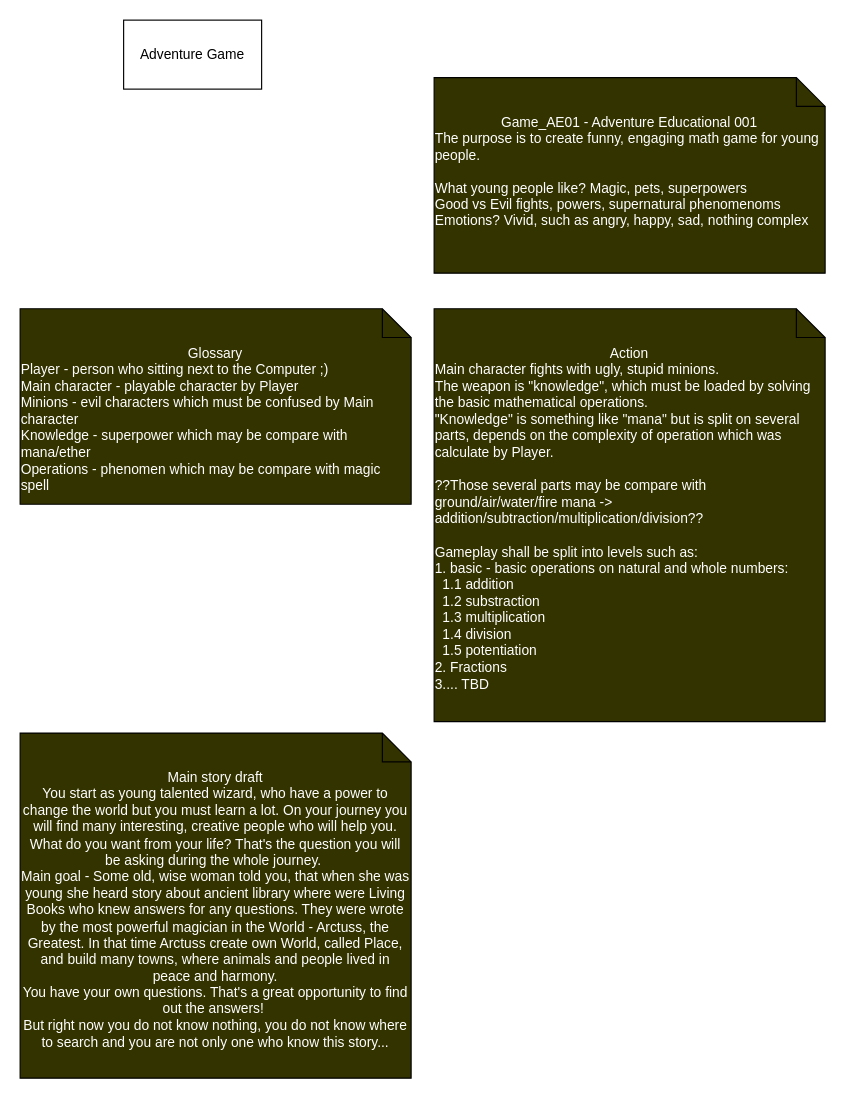
This is adventure_educational_game_001.drawio from Dexmo-7/ProjectM01, a draw.io file, before an edit. Source tidied: cells renumbered, new cells numbered last; positions are measured from the earlier drawing's top-left corner, leaving out a move shared by most shapes. Both pictures are drawn from the tidied source at 115%, with x=0, y=0 at pixel (20, 20).
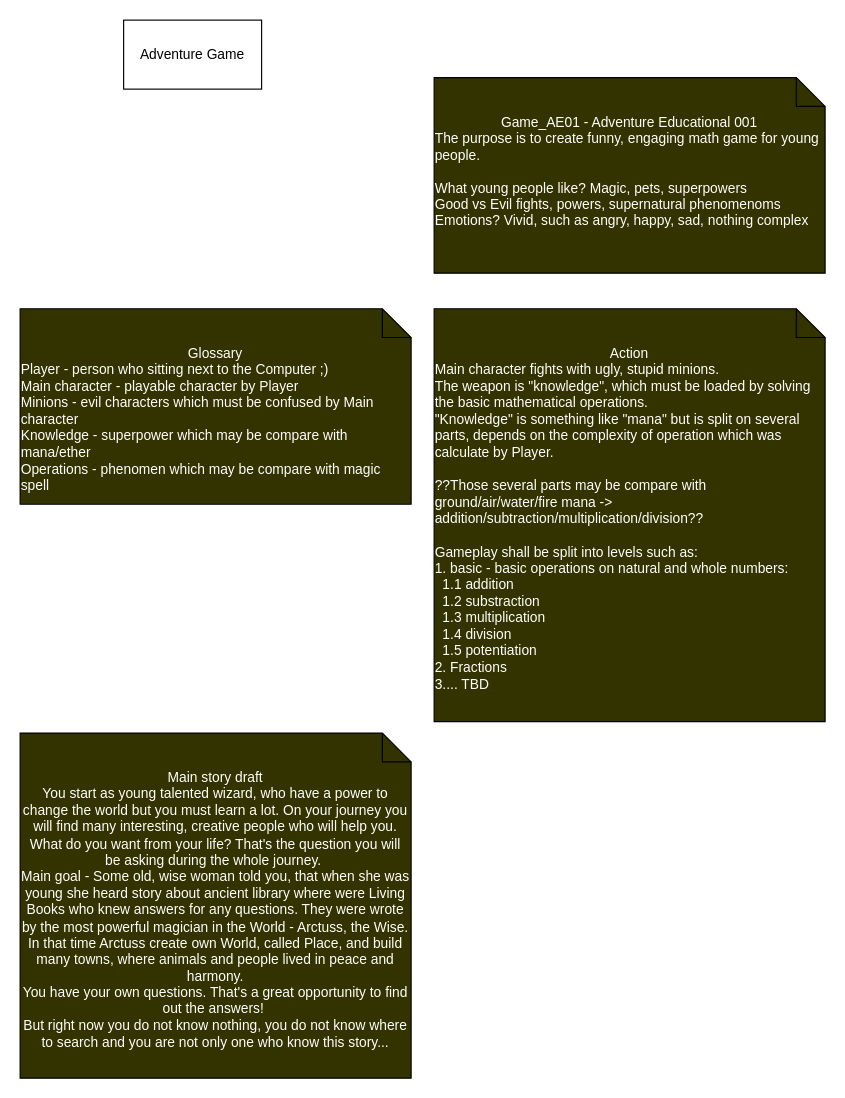
After the change.

Diff of the diagram source:
```diff
@@
 <mxGraphModel>
   <root>
     <mxCell id="0" />
     <mxCell id="1" parent="0" />
     <mxCell id="2" value="Adventure Game" style="rounded=0;whiteSpace=wrap;html=1;" parent="1" vertex="1">
       <mxGeometry x="90" width="120" height="60" as="geometry" />
     </mxCell>
     <mxCell id="3" value="Game_AE01 - Adventure Educational 001&lt;br&gt;&lt;div style=&quot;text-align: left;&quot;&gt;&lt;span style=&quot;background-color: initial;&quot;&gt;The purpose is to create funny, engaging math game for young people.&lt;/span&gt;&lt;/div&gt;&lt;div style=&quot;text-align: left;&quot;&gt;&lt;span style=&quot;background-color: initial;&quot;&gt;&lt;br&gt;&lt;/span&gt;&lt;/div&gt;&lt;div style=&quot;text-align: left;&quot;&gt;&lt;span style=&quot;background-color: initial;&quot;&gt;What young people like? Magic, pets, superpowers&amp;nbsp;&lt;/span&gt;&lt;/div&gt;&lt;div style=&quot;text-align: left;&quot;&gt;Good vs Evil fights, powers, supernatural phenomenoms&lt;/div&gt;&lt;div style=&quot;text-align: left;&quot;&gt;Emotions? Vivid, such as angry, happy, sad, nothing complex&lt;/div&gt;&lt;div style=&quot;text-align: left;&quot;&gt;&lt;br&gt;&lt;/div&gt;" style="shape=note2;boundedLbl=1;whiteSpace=wrap;html=1;size=25;verticalAlign=top;align=center;fillColor=#333300;fontColor=#FFFFFF;" parent="1" vertex="1">
       <mxGeometry x="360" y="50" width="340" height="170" as="geometry" />
     </mxCell>
     <mxCell id="4" value="&lt;div style=&quot;&quot;&gt;Action&lt;/div&gt;&lt;div style=&quot;text-align: left;&quot;&gt;Main character fights with ugly, stupid minions.&lt;br&gt;The weapon is &quot;knowledge&quot;, which must be loaded by solving the basic mathematical operations.&lt;br&gt;&quot;Knowledge&quot; is something like &quot;mana&quot; but is split on several parts, depends on the complexity of operation which was calculate by Player.&lt;br&gt;&lt;br&gt;&lt;/div&gt;&lt;div style=&quot;text-align: left;&quot;&gt;??Those several parts may be compare with ground/air/water/fire mana -&amp;gt; addition/subtraction/multiplication/division??&lt;/div&gt;&lt;div style=&quot;text-align: left;&quot;&gt;&lt;br&gt;&lt;/div&gt;&lt;div style=&quot;text-align: left;&quot;&gt;Gameplay shall be split into levels such as:&lt;/div&gt;&lt;div style=&quot;text-align: left;&quot;&gt;1. basic - basic operations&amp;nbsp;&lt;span style=&quot;background-color: initial;&quot;&gt;on natural and whole numbers&lt;/span&gt;&lt;span style=&quot;background-color: initial;&quot;&gt;:&lt;/span&gt;&lt;/div&gt;&lt;div style=&quot;text-align: left;&quot;&gt;&amp;nbsp; 1.1 addition&lt;/div&gt;&lt;div style=&quot;text-align: left;&quot;&gt;&amp;nbsp; 1.2 substraction&lt;/div&gt;&lt;div style=&quot;text-align: left;&quot;&gt;&amp;nbsp; 1.3 multiplication&lt;/div&gt;&lt;div style=&quot;text-align: left;&quot;&gt;&amp;nbsp; 1.4 division&lt;/div&gt;&lt;div style=&quot;text-align: left;&quot;&gt;&amp;nbsp; 1.5 potentiation&amp;nbsp;&lt;/div&gt;&lt;div style=&quot;text-align: left;&quot;&gt;2. Fractions&lt;/div&gt;&lt;div style=&quot;text-align: left;&quot;&gt;3.... TBD&lt;/div&gt;" style="shape=note2;boundedLbl=1;whiteSpace=wrap;html=1;size=25;verticalAlign=top;align=center;fillColor=#333300;fontColor=#FFFFFF;" parent="1" vertex="1">
       <mxGeometry x="360" y="251" width="340" height="359" as="geometry" />
     </mxCell>
     <mxCell id="5" value="&lt;div style=&quot;&quot;&gt;Glossary&lt;/div&gt;&lt;div style=&quot;text-align: left;&quot;&gt;Player - person who sitting next to the Computer ;)&lt;/div&gt;&lt;div style=&quot;text-align: left;&quot;&gt;Main character - playable character by Player&lt;/div&gt;&lt;div style=&quot;text-align: left;&quot;&gt;Minions - evil characters which must be confused by Main character&lt;br&gt;Knowledge - superpower which may be compare with mana/ether&lt;br&gt;Operations - phenomen which may be compare with magic spell&lt;/div&gt;" style="shape=note2;boundedLbl=1;whiteSpace=wrap;html=1;size=25;verticalAlign=top;align=center;fillColor=#333300;fontColor=#FFFFFF;" parent="1" vertex="1">
       <mxGeometry y="251" width="340" height="170" as="geometry" />
     </mxCell>
-    <mxCell id="6" value="&lt;div style=&quot;&quot;&gt;Main story draft&lt;/div&gt;&lt;div style=&quot;&quot;&gt;You start as young talented wizard, who have a power to change the world but you must learn a lot. On your journey you will find many interesting, creative people who will help you.&lt;/div&gt;&lt;div style=&quot;&quot;&gt;What do you want from your life? That's the question you will be asking during the whole journey.&amp;nbsp;&lt;br&gt;Main goal - Some old, wise woman told you, that when she was young she heard story about ancient library where were Living Books who knew answers for any questions. They were wrote by the most powerful magician in the World - Arctuss, the Greatest. In that time Arctuss create own World, called Place, and build many towns, where animals and people lived in peace and harmony.&lt;/div&gt;&lt;div style=&quot;&quot;&gt;You have your own questions. That's a great opportunity to find out the answers!&amp;nbsp;&lt;br&gt;But right now you do not know nothing, you do not know where to search and you are not only one who know this story...&lt;/div&gt;" style="shape=note2;boundedLbl=1;whiteSpace=wrap;html=1;size=25;verticalAlign=top;align=center;fillColor=#333300;fontColor=#FFFFFF;" parent="1" vertex="1">
+    <mxCell id="6" value="&lt;div style=&quot;&quot;&gt;Main story draft&lt;/div&gt;&lt;div style=&quot;&quot;&gt;You start as young talented wizard, who have a power to change the world but you must learn a lot. On your journey you will find many interesting, creative people who will help you.&lt;/div&gt;&lt;div style=&quot;&quot;&gt;What do you want from your life? That's the question you will be asking during the whole journey.&amp;nbsp;&lt;br&gt;Main goal - Some old, wise woman told you, that when she was young she heard story about ancient library where were Living Books who knew answers for any questions. They were wrote by the most powerful magician in the World - Arctuss, the Wise. In that time Arctuss create own World, called Place, and build many towns, where animals and people lived in peace and harmony.&lt;/div&gt;&lt;div style=&quot;&quot;&gt;You have your own questions. That's a great opportunity to find out the answers!&amp;nbsp;&lt;br&gt;But right now you do not know nothing, you do not know where to search and you are not only one who know this story...&lt;/div&gt;" style="shape=note2;boundedLbl=1;whiteSpace=wrap;html=1;size=25;verticalAlign=top;align=center;fillColor=#333300;fontColor=#FFFFFF;" parent="1" vertex="1">
       <mxGeometry y="620" width="340" height="300" as="geometry" />
     </mxCell>
   </root>
 </mxGraphModel>
```
